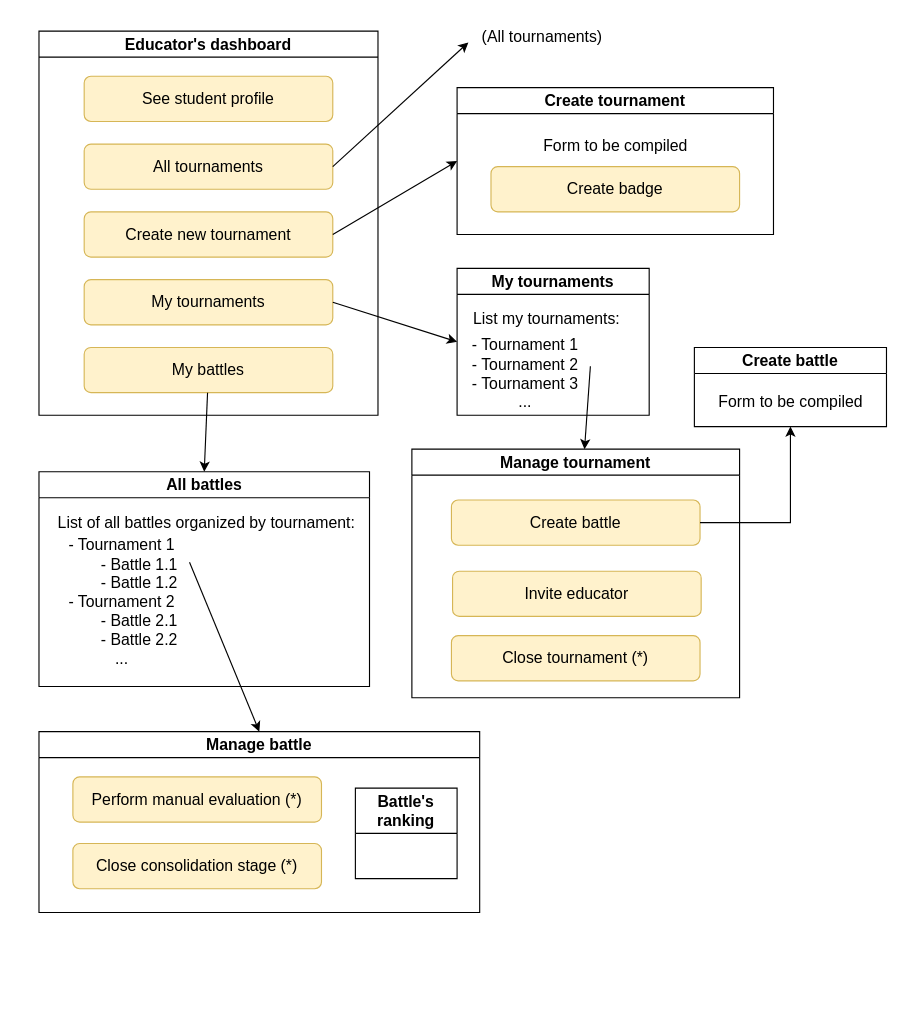
Earlier version of the draw.io diagram page "Educator dashboard" (2 of 3) of diagrams/interfaces/interfaces.drawio (mttcrn/software-engineering-II-project). Source tidied: cells renumbered, new cells numbered last; positions are measured from the earlier drawing's top-left corner, leaving out a move shared by most shapes. Both pictures are drawn from the tidied source at 113%, with x=0, y=0 at pixel (38, 19).
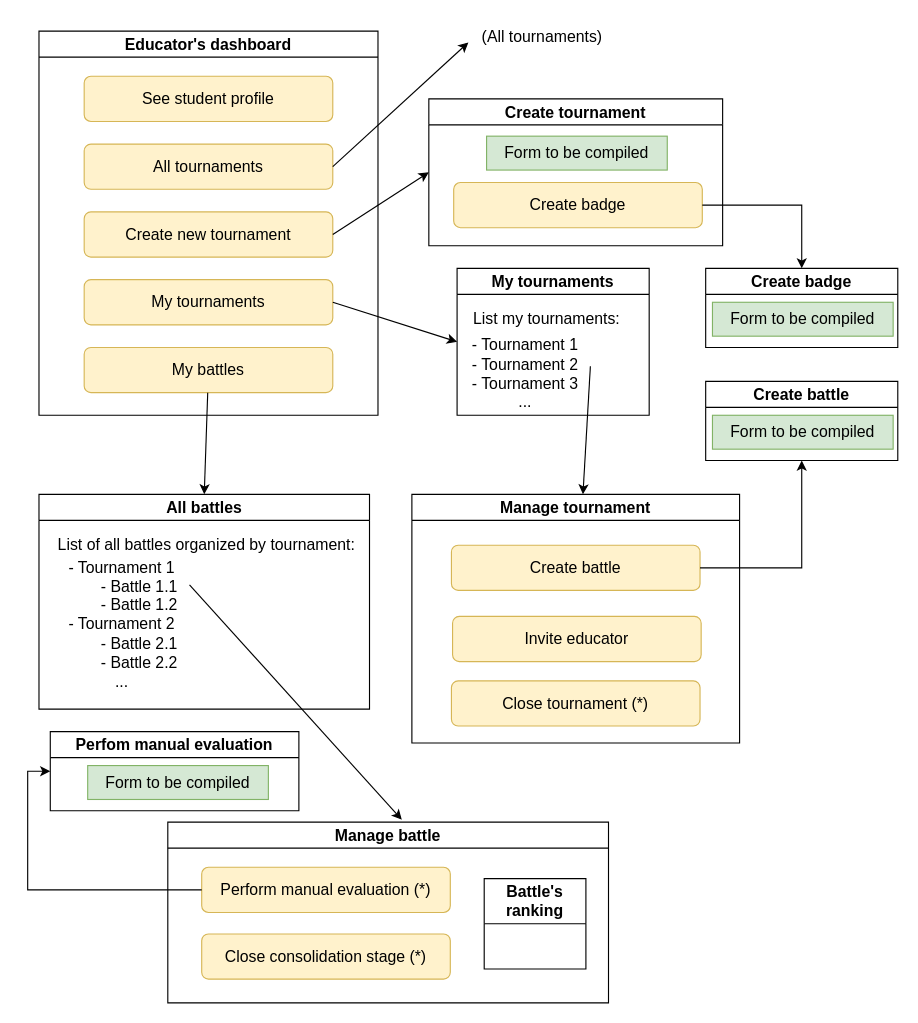
The same diagram, later.

Unchanged cells that the change refers to:
```xml
<mxCell id="15" value="- Tournament 1&lt;br style=&quot;font-size: 14px;&quot;&gt;&lt;span style=&quot;white-space: pre; font-size: 14px;&quot;&gt;&#9;&lt;/span&gt;- Battle 1.1&lt;br style=&quot;font-size: 14px;&quot;&gt;&lt;span style=&quot;white-space: pre; font-size: 14px;&quot;&gt;&#9;&lt;/span&gt;- Battle 1.2&lt;br style=&quot;font-size: 14px;&quot;&gt;- Tournament 2&lt;br style=&quot;font-size: 14px;&quot;&gt;&lt;span style=&quot;white-space: pre; font-size: 14px;&quot;&gt;&#9;&lt;/span&gt;- Battle 2.1&lt;br style=&quot;font-size: 14px;&quot;&gt;&lt;span style=&quot;white-space: pre; font-size: 14px;&quot;&gt;&#9;&lt;/span&gt;- Battle 2.2&lt;br style=&quot;font-size: 14px;&quot;&gt;..." style="text;html=1;align=center;verticalAlign=middle;points=[];strokeColor=none;fillColor=none;fontSize=14;" parent="13" vertex="1">
  <mxGeometry x="12.5" y="50" width="120" height="130" as="geometry" />
</mxCell>
<mxCell id="19" value="Perform manual evaluation (*)" style="rounded=1;whiteSpace=wrap;html=1;fontSize=14;fillColor=#fff2cc;strokeColor=#d6b656;" parent="17" vertex="1">
  <mxGeometry x="30" y="40" width="220" height="40" as="geometry" />
</mxCell>
<mxCell id="28" value="Create battle" style="rounded=1;whiteSpace=wrap;html=1;fontSize=14;fillColor=#fff2cc;strokeColor=#d6b656;" parent="26" vertex="1">
  <mxGeometry x="35" y="45" width="220" height="40" as="geometry" />
</mxCell>
```

The edit, as a diff of the source:
```diff
@@
     <mxCell id="9" value="Create tournament" style="swimlane;whiteSpace=wrap;html=1;fontSize=14;" parent="1" vertex="1">
-      <mxGeometry x="370" y="60" width="280" height="130" as="geometry" />
+      <mxGeometry x="345" y="70" width="260" height="130" as="geometry" />
     </mxCell>
-    <mxCell id="10" value="Form to be compiled" style="text;html=1;align=center;verticalAlign=middle;strokeColor=none;fillColor=none;fontSize=14;" parent="9" vertex="1">
-      <mxGeometry x="65" y="37" width="150" height="30" as="geometry" />
-    </mxCell>
     <mxCell id="11" value="Create badge" style="rounded=1;whiteSpace=wrap;html=1;fontSize=14;fillColor=#fff2cc;strokeColor=#d6b656;" parent="9" vertex="1">
-      <mxGeometry x="30" y="70" width="220" height="40" as="geometry" />
+      <mxGeometry x="22" y="74" width="220" height="40" as="geometry" />
     </mxCell>
+    <mxCell id="35" value="Form to be compiled" style="rounded=0;whiteSpace=wrap;html=1;align=center;fontSize=14;fillColor=#d5e8d4;strokeColor=#82b366;" parent="9" vertex="1">
+      <mxGeometry x="51.1" y="33" width="159.9" height="30" as="geometry" />
+    </mxCell>
@@
     <mxCell id="13" value="All battles" style="swimlane;whiteSpace=wrap;html=1;fontSize=14;" parent="1" vertex="1">
-      <mxGeometry y="400" width="292.5" height="190" as="geometry" />
+      <mxGeometry y="420" width="292.5" height="190" as="geometry" />
     </mxCell>
@@
-    <mxCell id="16" style="endArrow=classic;html=1;rounded=0;exitX=1.006;exitY=0.231;exitDx=0;exitDy=0;exitPerimeter=0;entryX=0.5;entryY=0;entryDx=0;entryDy=0;fontSize=14;" parent="1" edge="1" source="15" target="17">
+    <mxCell id="16" style="endArrow=classic;html=1;rounded=0;exitX=1.006;exitY=0.231;exitDx=0;exitDy=0;exitPerimeter=0;entryX=0.531;entryY=-0.013;entryDx=0;entryDy=0;fontSize=14;entryPerimeter=0;" parent="1" edge="1" source="15" target="17">
       <mxGeometry relative="1" as="geometry" />
     </mxCell>
     <mxCell id="17" value="Manage battle" style="swimlane;whiteSpace=wrap;html=1;fontSize=14;" parent="1" vertex="1">
-      <mxGeometry y="630" width="390" height="160" as="geometry" />
+      <mxGeometry x="114" y="710" width="390" height="160" as="geometry" />
     </mxCell>
@@
     <mxCell id="26" value="Manage tournament" style="swimlane;whiteSpace=wrap;html=1;fontSize=14;" parent="1" vertex="1">
-      <mxGeometry x="330" y="380" width="290" height="220" as="geometry" />
+      <mxGeometry x="330" y="420" width="290" height="220" as="geometry" />
     </mxCell>
@@
-    <mxCell id="32" value="Create battle" style="swimlane;whiteSpace=wrap;html=1;fontSize=14;" parent="1" vertex="1">
-      <mxGeometry x="580" y="290" width="170" height="70" as="geometry" />
+    <mxCell id="32" value="Create badge" style="swimlane;whiteSpace=wrap;html=1;fontSize=14;" parent="1" vertex="1">
+      <mxGeometry x="590" y="220" width="170" height="70" as="geometry" />
     </mxCell>
-    <mxCell id="33" value="Form to be compiled" style="text;html=1;align=center;verticalAlign=middle;strokeColor=none;fillColor=none;fontSize=14;" parent="32" vertex="1">
-      <mxGeometry x="10" y="33" width="150" height="30" as="geometry" />
-    </mxCell>
+    <mxCell id="36" value="Form to be compiled" style="rounded=0;whiteSpace=wrap;html=1;align=center;fontSize=14;fillColor=#d5e8d4;strokeColor=#82b366;" parent="32" vertex="1">
+      <mxGeometry x="6" y="30" width="159.9" height="30" as="geometry" />
+    </mxCell>
-    <mxCell id="34" style="endArrow=classic;html=1;rounded=0;exitX=1;exitY=0.5;exitDx=0;exitDy=0;fontSize=14;entryX=0.5;entryY=1;entryDx=0;entryDy=0;edgeStyle=orthogonalEdgeStyle;" parent="1" edge="1" source="28" target="32">
+    <mxCell id="34" style="endArrow=classic;html=1;rounded=0;exitX=1;exitY=0.5;exitDx=0;exitDy=0;fontSize=14;entryX=0.5;entryY=1;entryDx=0;entryDy=0;edgeStyle=orthogonalEdgeStyle;" parent="1" edge="1" source="28" target="37">
       <mxGeometry relative="1" as="geometry" />
     </mxCell>
+    <mxCell id="37" value="Create battle" style="swimlane;whiteSpace=wrap;html=1;fontSize=14;" parent="1" vertex="1">
+      <mxGeometry x="590" y="320" width="170" height="70" as="geometry" />
+    </mxCell>
+    <mxCell id="38" value="Form to be compiled" style="rounded=0;whiteSpace=wrap;html=1;align=center;fontSize=14;fillColor=#d5e8d4;strokeColor=#82b366;" parent="37" vertex="1">
+      <mxGeometry x="6" y="30" width="159.9" height="30" as="geometry" />
+    </mxCell>
+    <mxCell id="39" style="endArrow=classic;html=1;rounded=0;exitX=1;exitY=0.5;exitDx=0;exitDy=0;fontSize=14;entryX=0.5;entryY=0;entryDx=0;entryDy=0;edgeStyle=orthogonalEdgeStyle;" parent="1" edge="1" source="11" target="32">
+      <mxGeometry relative="1" as="geometry" />
+    </mxCell>
+    <mxCell id="40" value="Perfom manual evaluation" style="swimlane;whiteSpace=wrap;html=1;fontSize=14;" parent="1" vertex="1">
+      <mxGeometry x="10" y="630" width="220" height="70" as="geometry" />
+    </mxCell>
+    <mxCell id="41" value="Form to be compiled" style="rounded=0;whiteSpace=wrap;html=1;align=center;fontSize=14;fillColor=#d5e8d4;strokeColor=#82b366;" parent="40" vertex="1">
+      <mxGeometry x="33.1" y="30" width="159.9" height="30" as="geometry" />
+    </mxCell>
+    <mxCell id="42" style="edgeStyle=orthogonalEdgeStyle;rounded=0;jettySize=auto;html=1;exitX=0;exitY=0.5;exitDx=0;exitDy=0;entryX=0;entryY=0.5;entryDx=0;entryDy=0;" parent="1" edge="1" source="19" target="40">
+      <mxGeometry relative="1" as="geometry" />
+    </mxCell>
```
